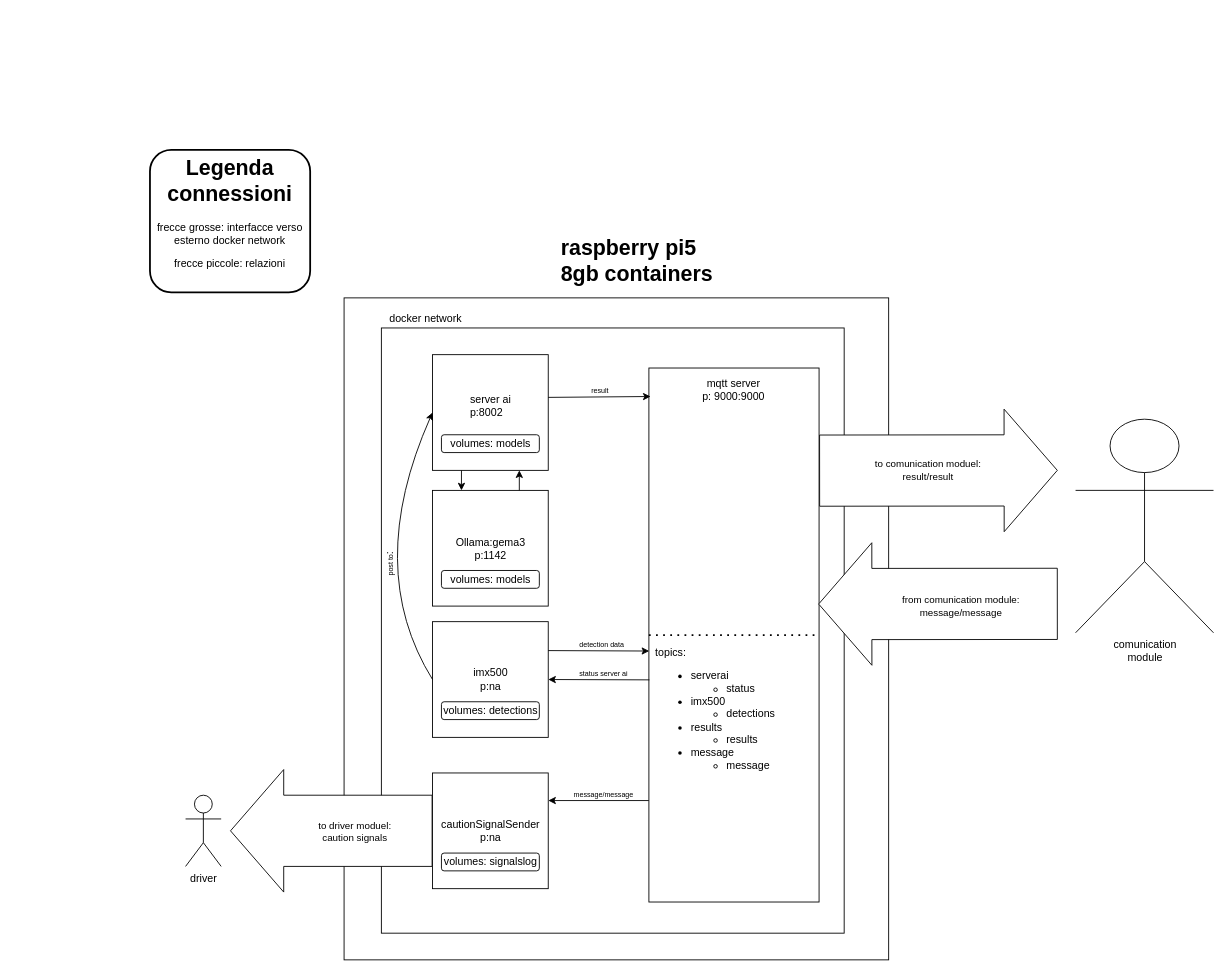
Before: Documentazione/diagrams/architettura_visiondetection_classification.drawio in ZXerniXZ/VIPRA, a draw.io diagram. Source tidied: cells renumbered, new cells numbered last; positions are measured from the earlier drawing's top-left corner, leaving out a move shared by most shapes. Both pictures are drawn from the tidied source at 89%, with x=0, y=0 at pixel (150, 150).
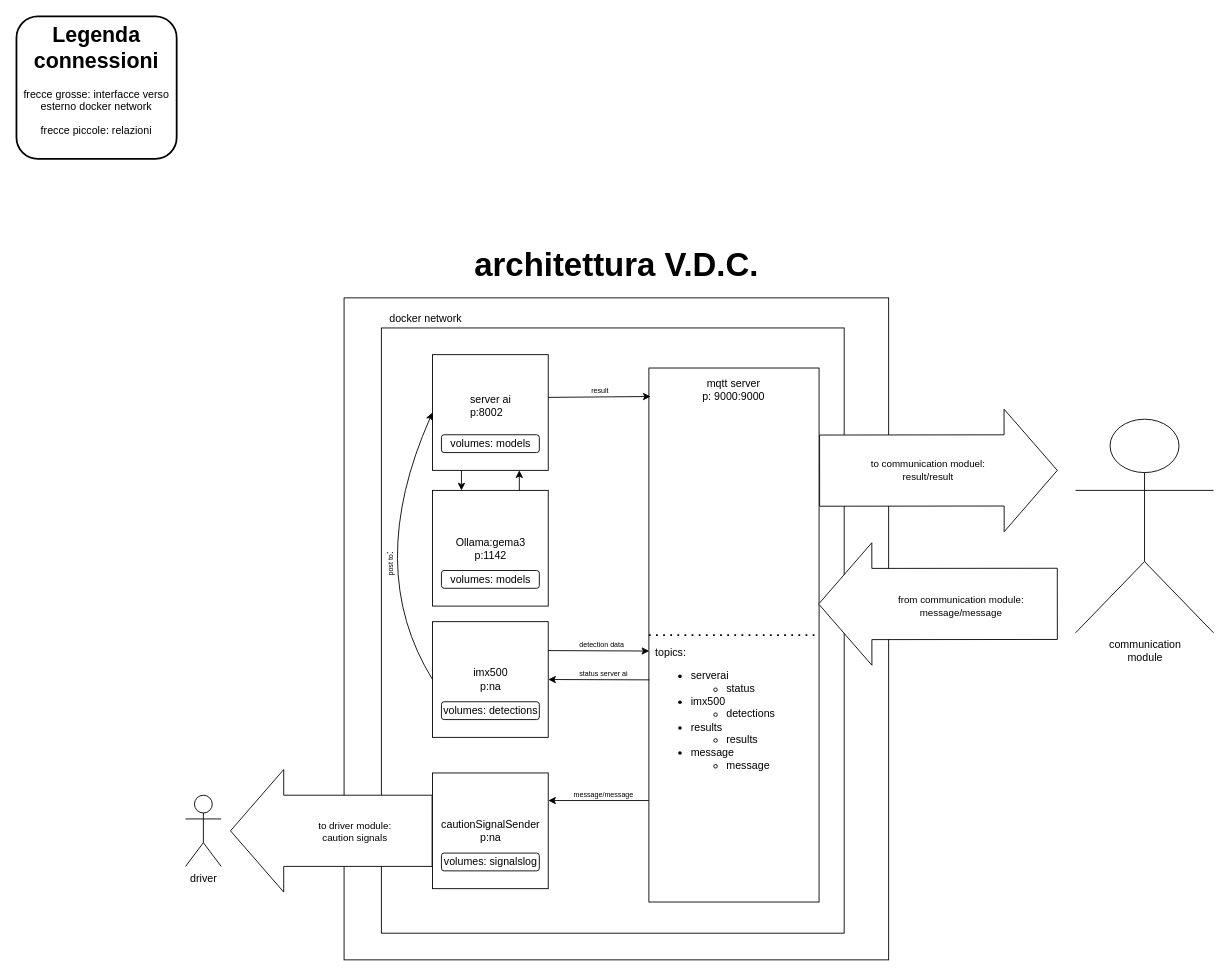
Above is the later version.

The change refers to these unchanged cells:
```xml
<mxCell id="30" style="shape=flexArrow;endArrow=classic;html=1;rounded=0;exitX=0.5;exitY=0;exitDx=0;exitDy=0;width=80;endSize=19.59166666666667;endWidth=56.66666666666667;textShadow=0;labelBorderColor=none;fillColor=default;" parent="1" edge="1">
  <mxGeometry relative="1" as="geometry">
    <mxPoint x="751.9" y="360.3" as="sourcePoint" />
    <mxPoint x="1020" y="360" as="targetPoint" />
  </mxGeometry>
</mxCell>
<mxCell id="32" style="shape=flexArrow;endArrow=classic;html=1;rounded=0;width=80;endSize=19.59166666666667;endWidth=56.66666666666667;textShadow=0;labelBorderColor=none;fillColor=default;entryX=0.442;entryY=0.005;entryDx=0;entryDy=0;entryPerimeter=0;" parent="1" edge="1" target="19">
  <mxGeometry relative="1" as="geometry">
    <mxPoint x="1020" y="510" as="sourcePoint" />
  </mxGeometry>
</mxCell>
<mxCell id="38" style="shape=flexArrow;endArrow=classic;html=1;rounded=0;exitX=0;exitY=0.5;exitDx=0;exitDy=0;width=80;endSize=19.59166666666667;endWidth=56.66666666666667;textShadow=0;labelBorderColor=none;fillColor=default;" parent="1" edge="1" source="34">
  <mxGeometry relative="1" as="geometry">
    <mxPoint x="90" y="765" as="targetPoint" />
  </mxGeometry>
</mxCell>
```

The edit, as a diff of the source:
```diff
@@
-    <mxCell id="6" value="&lt;h1 style=&quot;margin-top: 0px;&quot;&gt;raspberry pi5 8gb containers&lt;/h1&gt;" style="text;html=1;whiteSpace=wrap;overflow=hidden;rounded=0;" parent="1" vertex="1">
-      <mxGeometry x="460" y="90" width="180" height="70" as="geometry" />
-    </mxCell>
     <mxCell id="7" value="&lt;h1 style=&quot;margin-top: 0px;&quot;&gt;Legenda connessioni&lt;/h1&gt;&lt;p style=&quot;&quot;&gt;frecce grosse: interfacce verso esterno docker network&lt;/p&gt;&lt;p&gt;frecce piccole: relazioni&lt;/p&gt;" style="text;html=1;whiteSpace=wrap;overflow=hidden;rounded=1;strokeColor=default;strokeWidth=2;align=center;" parent="1" vertex="1">
-      <mxGeometry width="180" height="160" as="geometry" />
+      <mxGeometry x="-150" y="-150" width="180" height="160" as="geometry" />
     </mxCell>
-    <mxCell id="8" value="&lt;div&gt;comunication &lt;br&gt;&lt;/div&gt;&lt;div&gt;module&lt;/div&gt;" style="text;html=1;align=center;verticalAlign=middle;strokeColor=none;fillColor=none;" parent="1" vertex="1">
-      <mxGeometry x="1072.5" y="542.5" width="90" height="40" as="geometry" />
+    <mxCell id="8" value="&lt;div&gt;communication &lt;br&gt;&lt;/div&gt;&lt;div&gt;module&lt;/div&gt;" style="text;html=1;align=center;verticalAlign=middle;strokeColor=none;fillColor=none;" parent="1" vertex="1">
+      <mxGeometry x="1067.5" y="542.5" width="100" height="40" as="geometry" />
     </mxCell>
@@
-    <mxCell id="31" value="&lt;div&gt;to comunication moduel:&lt;/div&gt;&lt;div&gt;result/result&lt;/div&gt;" style="edgeLabel;html=1;align=center;verticalAlign=middle;" parent="30" vertex="1">
+    <mxCell id="31" value="&lt;div&gt;to communication moduel:&lt;/div&gt;&lt;div&gt;result/result&lt;/div&gt;" style="edgeLabel;html=1;align=center;verticalAlign=middle;" parent="30" vertex="1">
       <mxGeometry x="-0.13" y="12" relative="1" as="geometry">
         <mxPoint x="5" y="11" as="offset" />
       </mxGeometry>
     </mxCell>
@@
-    <mxCell id="33" value="&lt;div&gt;from comunication module:&lt;/div&gt;&lt;div&gt;message/message&lt;/div&gt;" style="edgeLabel;html=1;align=center;verticalAlign=middle;" parent="32" vertex="1">
+    <mxCell id="33" value="&lt;div&gt;from communication module:&lt;/div&gt;&lt;div&gt;message/message&lt;/div&gt;" style="edgeLabel;html=1;align=center;verticalAlign=middle;" parent="32" vertex="1">
       <mxGeometry x="-0.13" y="12" relative="1" as="geometry">
         <mxPoint x="7" y="-10" as="offset" />
       </mxGeometry>
     </mxCell>
@@
-    <mxCell id="39" value="&lt;div&gt;to driver moduel:&lt;/div&gt;&lt;div&gt;caution signals&lt;/div&gt;" style="edgeLabel;html=1;align=center;verticalAlign=middle;" parent="38" vertex="1">
+    <mxCell id="39" value="&lt;div&gt;to driver module:&lt;/div&gt;&lt;div&gt;caution signals&lt;/div&gt;" style="edgeLabel;html=1;align=center;verticalAlign=middle;" parent="38" vertex="1">
       <mxGeometry x="-0.13" y="12" relative="1" as="geometry">
         <mxPoint x="11" y="-12" as="offset" />
       </mxGeometry>
     </mxCell>
+    <mxCell id="40" value="&lt;font style=&quot;font-size: 37px;&quot;&gt;&lt;b&gt;architettura V.D.C.&lt;/b&gt;&lt;/font&gt;" style="text;html=1;align=center;verticalAlign=middle;strokeColor=none;fillColor=none;" parent="1" vertex="1">
+      <mxGeometry x="349.1" y="100" width="350" height="60" as="geometry" />
+    </mxCell>
```
